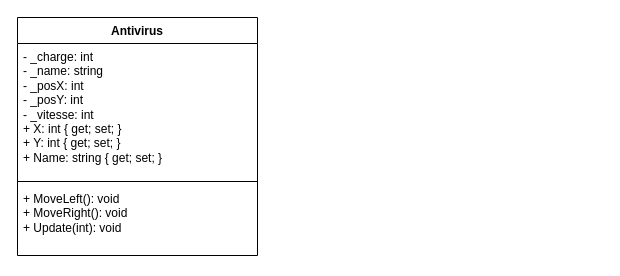
Above: doc/DiagammeClasses.drawio in OkkesErdemKose/Shoot-em-UP (draw.io), before the change. Source tidied: cells renumbered, new cells numbered last; positions are measured from the earlier drawing's top-left corner, leaving out a move shared by most shapes. Both pictures are drawn from the tidied source at 100%, with x=0, y=0 at pixel (17, 17).
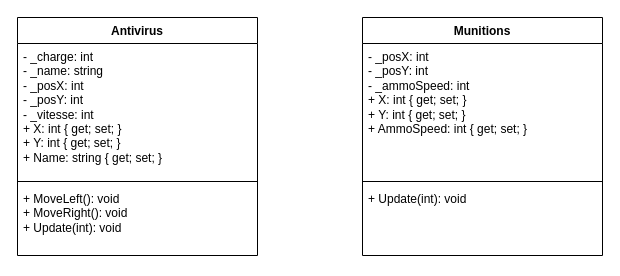
After the change.

Commit message:
doc(UML) Ajout de la classe "Munitions".

Diff of the diagram source:
```diff
@@
-<mxGraphModel>
+<mxGraphModel background="light-dark(#FFFFFF,#4D4D4D)">
   <root>
     <mxCell id="0" />
     <mxCell id="1" parent="0" />
     <mxCell id="2" value="Antivirus" style="swimlane;fontStyle=1;align=center;verticalAlign=top;horizontal=1;startSize=26;whiteSpace=wrap;html=1;" parent="1" vertex="1">
       <mxGeometry width="240" height="238" as="geometry" />
     </mxCell>
     <mxCell id="3" value="&lt;div&gt;- _charge: int&lt;/div&gt;&lt;div&gt;- _name: string&lt;/div&gt;&lt;div&gt;- _posX: int&lt;/div&gt;&lt;div&gt;- _posY: int&lt;/div&gt;&lt;div&gt;- _vitesse: int&lt;/div&gt;&lt;div&gt;+ X: int { get; set; }&lt;/div&gt;&lt;div&gt;+ Y: int { get; set; }&lt;/div&gt;&lt;div&gt;+ Name: string { get; set; }&lt;/div&gt;" style="text;strokeColor=none;fillColor=none;align=left;verticalAlign=top;spacingLeft=4;spacingRight=4;overflow=hidden;whiteSpace=wrap;html=1;" parent="2" vertex="1">
       <mxGeometry y="26" width="240" height="134" as="geometry" />
     </mxCell>
     <mxCell id="4" style="line;strokeWidth=1;fillColor=none;align=left;verticalAlign=middle;spacingTop=-1;spacingLeft=3;spacingRight=3;labelPosition=right;strokeColor=inherit;" parent="2" vertex="1">
       <mxGeometry y="160" width="240" height="8" as="geometry" />
     </mxCell>
     <mxCell id="5" value="&lt;div&gt;+ MoveLeft(): void&lt;/div&gt;&lt;div&gt;+ MoveRight(): void&lt;/div&gt;+ Update(int): void" style="text;strokeColor=none;fillColor=none;align=left;verticalAlign=top;spacingLeft=4;spacingRight=4;overflow=hidden;whiteSpace=wrap;html=1;" parent="2" vertex="1">
       <mxGeometry y="168" width="240" height="70" as="geometry" />
     </mxCell>
+    <mxCell id="6" value="&lt;div&gt;Munitions&lt;/div&gt;&lt;div&gt;&lt;br&gt;&lt;/div&gt;" style="swimlane;fontStyle=1;align=center;verticalAlign=top;horizontal=1;startSize=26;whiteSpace=wrap;html=1;" parent="1" vertex="1">
+      <mxGeometry x="345" width="240" height="238" as="geometry" />
+    </mxCell>
+    <mxCell id="7" value="&lt;div&gt;- _posX: int&lt;/div&gt;&lt;div&gt;- _posY: int&lt;/div&gt;&lt;div&gt;- _ammoSpeed: int&lt;/div&gt;&lt;div&gt;+ X: int { get; set; }&lt;/div&gt;&lt;div&gt;+ Y: int { get; set; }&lt;/div&gt;&lt;div&gt;+ AmmoSpeed: int { get; set; }&lt;/div&gt;" style="text;strokeColor=none;fillColor=none;align=left;verticalAlign=top;spacingLeft=4;spacingRight=4;overflow=hidden;whiteSpace=wrap;html=1;" parent="6" vertex="1">
+      <mxGeometry y="26" width="240" height="134" as="geometry" />
+    </mxCell>
+    <mxCell id="8" style="line;strokeWidth=1;fillColor=none;align=left;verticalAlign=middle;spacingTop=-1;spacingLeft=3;spacingRight=3;labelPosition=right;strokeColor=inherit;" parent="6" vertex="1">
+      <mxGeometry y="160" width="240" height="8" as="geometry" />
+    </mxCell>
+    <mxCell id="9" value="+ Update(int): void" style="text;strokeColor=none;fillColor=none;align=left;verticalAlign=top;spacingLeft=4;spacingRight=4;overflow=hidden;whiteSpace=wrap;html=1;" parent="6" vertex="1">
+      <mxGeometry y="168" width="240" height="70" as="geometry" />
+    </mxCell>
   </root>
 </mxGraphModel>
```
